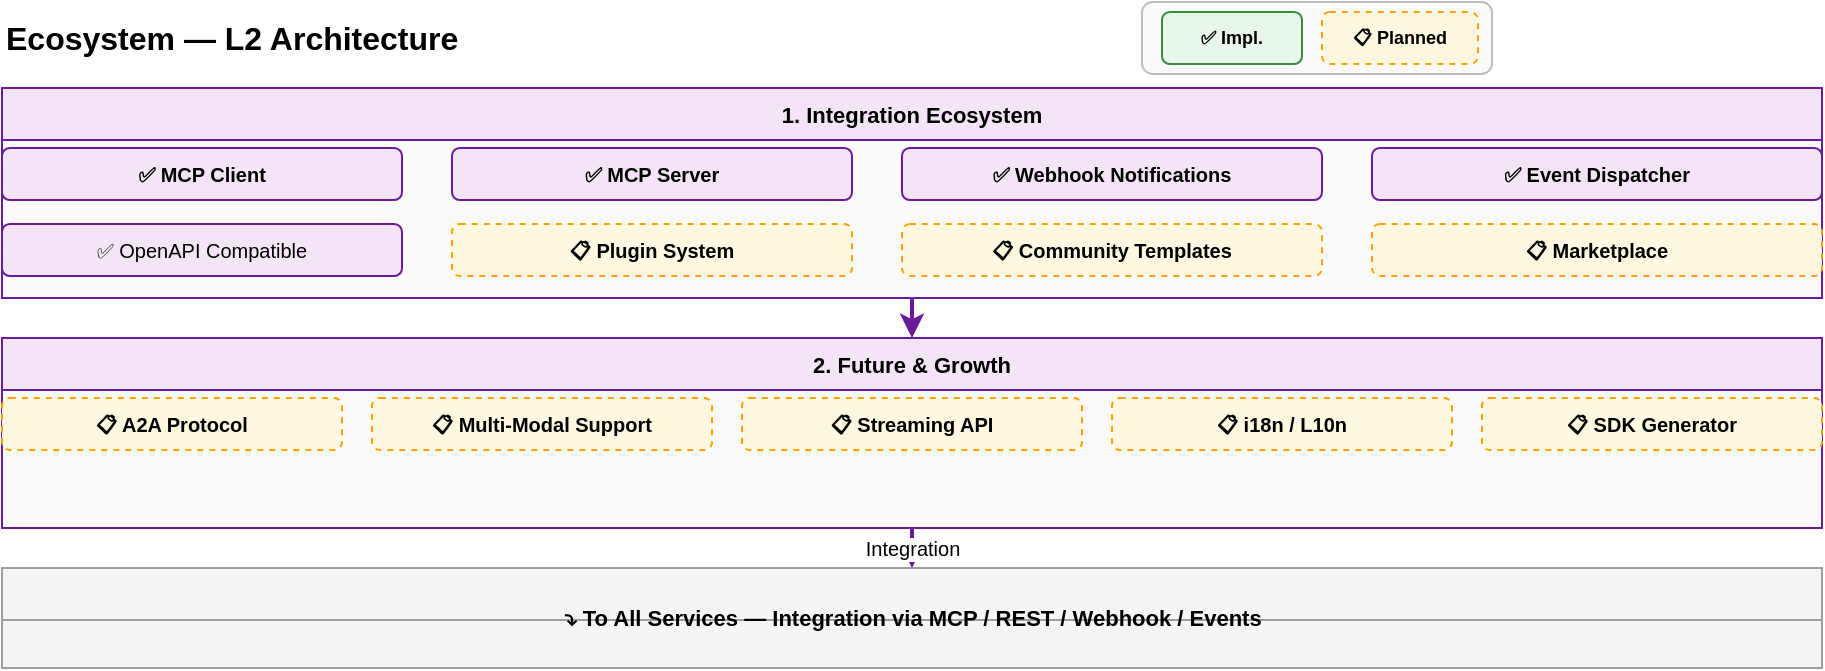
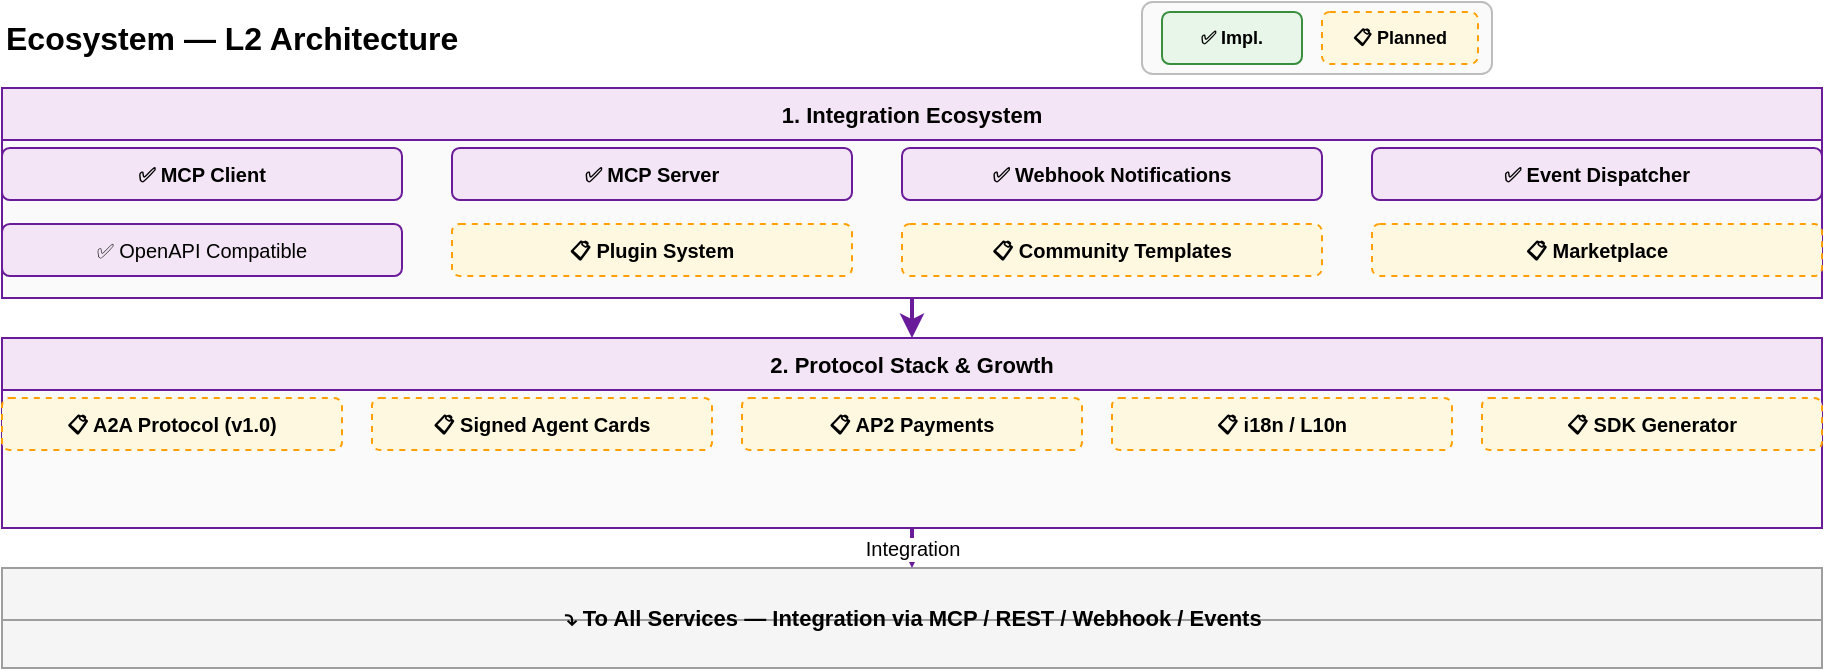
<?xml version="1.0" encoding="UTF-8"?>
<mxfile host="drawio" version="26.0.0">
  <diagram name="Ecosystem-L2" id="ecosystem-l2">
    <mxGraphModel dx="3000" dy="2200" grid="1" gridSize="10" guides="1" tooltips="1" connect="1" arrows="1" fold="1" page="1" pageScale="1" pageWidth="950" pageHeight="400" math="0" shadow="0">
      <root>
        <mxCell id="0" />
        <mxCell id="1" parent="0" />

        <!-- LEGEND -->
        <mxCell id="legend" value="" style="rounded=1;whiteSpace=wrap;html=1;fillColor=#FAFAFA;strokeColor=#BDBDBD;strokeWidth=1;" vertex="1" parent="1">
          <mxGeometry x="590" y="12" width="175" height="36" as="geometry" />
        </mxCell>
        <mxCell id="legend_done" value="✅ Impl." style="rounded=1;whiteSpace=wrap;html=1;fillColor=#E8F5E9;strokeColor=#388E3C;fontSize=9;fontStyle=1;" vertex="1" parent="1">
          <mxGeometry x="600" y="17" width="70" height="26" as="geometry" />
        </mxCell>
        <mxCell id="legend_plan" value="📋 Planned" style="rounded=1;whiteSpace=wrap;html=1;fillColor=#FFF8E1;strokeColor=#FFA000;fontSize=9;fontStyle=1;dashed=1;" vertex="1" parent="1">
          <mxGeometry x="680" y="17" width="78" height="26" as="geometry" />
        </mxCell>
        <!-- TITLE -->
        <mxCell id="title" value="&lt;b&gt;Ecosystem — L2 Architecture&lt;/b&gt;" style="text;html=1;fontSize=16;fontStyle=1;align=left;verticalAlign=middle;fillColor=none;strokeColor=none;" vertex="1" parent="1">
          <mxGeometry x="20" y="15" width="500" height="30" as="geometry" />
        </mxCell>

        <!-- ROW 1: INTEGRATION ECOSYSTEM -->
        <mxCell id="r1_c" value="1. Integration Ecosystem" style="swimlane;startSize=26;fillColor=#F3E5F5;strokeColor=#6A1B9A;fontSize=11;fontStyle=1;swimlaneFillColor=#FAFAFA;" vertex="1" parent="1">
          <mxGeometry x="20" y="55" width="910" height="105" as="geometry" />
        </mxCell>
        <!-- Sub-row 1a: 200+200+210+225 = 835 -->
        <mxCell id="r1_mcpclient" value="✅ MCP Client" style="rounded=1;whiteSpace=wrap;html=1;fillColor=#F3E5F5;strokeColor=#6A1B9A;fontSize=10;fontStyle=1;" vertex="1" parent="r1_c">
          <mxGeometry x="0" y="30" width="200" height="26" as="geometry" />
        </mxCell>
        <mxCell id="r1_mcpserver" value="✅ MCP Server" style="rounded=1;whiteSpace=wrap;html=1;fillColor=#F3E5F5;strokeColor=#6A1B9A;fontSize=10;fontStyle=1;" vertex="1" parent="r1_c">
          <mxGeometry x="225" y="30" width="200" height="26" as="geometry" />
        </mxCell>
        <mxCell id="r1_webhook" value="✅ Webhook Notifications" style="rounded=1;whiteSpace=wrap;html=1;fillColor=#F3E5F5;strokeColor=#6A1B9A;fontSize=10;fontStyle=1;" vertex="1" parent="r1_c">
          <mxGeometry x="450" y="30" width="210" height="26" as="geometry" />
        </mxCell>
        <mxCell id="r1_event" value="✅ Event Dispatcher" style="rounded=1;whiteSpace=wrap;html=1;fillColor=#F3E5F5;strokeColor=#6A1B9A;fontSize=10;fontStyle=1;" vertex="1" parent="r1_c">
          <mxGeometry x="685" y="30" width="225" height="26" as="geometry" />
        </mxCell>
        <!-- Sub-row 1b -->
        <mxCell id="r1_openapi" value="✅ OpenAPI Compatible" style="rounded=1;whiteSpace=wrap;html=1;fillColor=#F3E5F5;strokeColor=#6A1B9A;fontSize=10;" vertex="1" parent="r1_c">
          <mxGeometry x="0" y="68" width="200" height="26" as="geometry" />
        </mxCell>
        <mxCell id="r1_plugin" value="📋 Plugin System" style="rounded=1;whiteSpace=wrap;html=1;fillColor=#FFF8E1;strokeColor=#FFA000;fontSize=10;fontStyle=1;dashed=1;" vertex="1" parent="r1_c">
          <mxGeometry x="225" y="68" width="200" height="26" as="geometry" />
        </mxCell>
        <mxCell id="r1_templates" value="📋 Community Templates" style="rounded=1;whiteSpace=wrap;html=1;fillColor=#FFF8E1;strokeColor=#FFA000;fontSize=10;fontStyle=1;dashed=1;" vertex="1" parent="r1_c">
          <mxGeometry x="450" y="68" width="210" height="26" as="geometry" />
        </mxCell>
        <mxCell id="r1_marketplace" value="📋 Marketplace" style="rounded=1;whiteSpace=wrap;html=1;fillColor=#FFF8E1;strokeColor=#FFA000;fontSize=10;fontStyle=1;dashed=1;" vertex="1" parent="r1_c">
          <mxGeometry x="685" y="68" width="225" height="26" as="geometry" />
        </mxCell>

-         <!-- ROW 2: FUTURE & GROWTH -->
-         <mxCell id="r2_c" value="2. Future &amp; Growth" style="swimlane;startSize=26;fillColor=#F3E5F5;strokeColor=#6A1B9A;fontSize=11;fontStyle=1;swimlaneFillColor=#FAFAFA;" vertex="1" parent="1">
+         <!-- ROW 2: PROTOCOL STACK & GROWTH -->
+         <mxCell id="r2_c" value="2. Protocol Stack &amp; Growth" style="swimlane;startSize=26;fillColor=#F3E5F5;strokeColor=#6A1B9A;fontSize=11;fontStyle=1;swimlaneFillColor=#FAFAFA;" vertex="1" parent="1">
          <mxGeometry x="20" y="180" width="910" height="95" as="geometry" />
        </mxCell>
        <!-- 5 × 170 = 850 -->
-         <mxCell id="r2_a2a" value="📋 A2A Protocol" style="rounded=1;whiteSpace=wrap;html=1;fillColor=#FFF8E1;strokeColor=#FFA000;fontSize=10;fontStyle=1;dashed=1;" vertex="1" parent="r2_c">
+         <mxCell id="r2_a2a" value="📋 A2A Protocol (v1.0)" style="rounded=1;whiteSpace=wrap;html=1;fillColor=#FFF8E1;strokeColor=#FFA000;fontSize=10;fontStyle=1;dashed=1;" vertex="1" parent="r2_c">
          <mxGeometry x="0" y="30" width="170" height="26" as="geometry" />
        </mxCell>
-         <mxCell id="r2_multimodal" value="📋 Multi-Modal Support" style="rounded=1;whiteSpace=wrap;html=1;fillColor=#FFF8E1;strokeColor=#FFA000;fontSize=10;fontStyle=1;dashed=1;" vertex="1" parent="r2_c">
+         <mxCell id="r2_cards" value="📋 Signed Agent Cards" style="rounded=1;whiteSpace=wrap;html=1;fillColor=#FFF8E1;strokeColor=#FFA000;fontSize=10;fontStyle=1;dashed=1;" vertex="1" parent="r2_c">
          <mxGeometry x="185" y="30" width="170" height="26" as="geometry" />
        </mxCell>
-         <mxCell id="r2_streaming" value="📋 Streaming API" style="rounded=1;whiteSpace=wrap;html=1;fillColor=#FFF8E1;strokeColor=#FFA000;fontSize=10;fontStyle=1;dashed=1;" vertex="1" parent="r2_c">
+         <mxCell id="r2_ap2" value="📋 AP2 Payments" style="rounded=1;whiteSpace=wrap;html=1;fillColor=#FFF8E1;strokeColor=#FFA000;fontSize=10;fontStyle=1;dashed=1;" vertex="1" parent="r2_c">
          <mxGeometry x="370" y="30" width="170" height="26" as="geometry" />
        </mxCell>
        <mxCell id="r2_i18n" value="📋 i18n / L10n" style="rounded=1;whiteSpace=wrap;html=1;fillColor=#FFF8E1;strokeColor=#FFA000;fontSize=10;fontStyle=1;dashed=1;" vertex="1" parent="r2_c">
          <mxGeometry x="555" y="30" width="170" height="26" as="geometry" />
        </mxCell>
        <mxCell id="r2_sdk" value="📋 SDK Generator" style="rounded=1;whiteSpace=wrap;html=1;fillColor=#FFF8E1;strokeColor=#FFA000;fontSize=10;fontStyle=1;dashed=1;" vertex="1" parent="r2_c">
          <mxGeometry x="740" y="30" width="170" height="26" as="geometry" />
        </mxCell>

        <!-- ROW 3: DOWNSTREAM -->
        <mxCell id="r3_c" value="" style="swimlane;startSize=26;fillColor=#F5F5F5;strokeColor=#9E9E9E;fontSize=11;fontStyle=1;swimlaneFillColor=#F5F5F5;" vertex="1" parent="1">
          <mxGeometry x="20" y="295" width="910" height="50" as="geometry" />
        </mxCell>
        <mxCell id="r3_down" value="⤵  To All Services — Integration via MCP / REST / Webhook / Events" style="text;html=1;fontSize=11;fontStyle=1;align=center;verticalAlign=middle;fillColor=none;strokeColor=none;" vertex="1" parent="r3_c">
          <mxGeometry x="155" y="5" width="600" height="40" as="geometry" />
        </mxCell>

        <!-- EDGES -->
        <mxCell id="e1" value="" style="edgeStyle=orthogonalEdgeStyle;rounded=1;orthogonalLoop=1;jettySize=auto;html=1;strokeColor=#6A1B9A;strokeWidth=2;exitX=0.5;exitY=1;exitDx=0;exitDy=0;entryX=0.5;entryY=0;entryDx=0;entryDy=0;" edge="1" parent="1" source="r1_c" target="r2_c">
          <mxGeometry relative="1" as="geometry" />
        </mxCell>
        <mxCell id="e2" value="Integration" style="edgeStyle=orthogonalEdgeStyle;rounded=1;orthogonalLoop=1;jettySize=auto;html=1;strokeColor=#6A1B9A;strokeWidth=2;fontSize=10;exitX=0.5;exitY=1;exitDx=0;exitDy=0;entryX=0.5;entryY=0;entryDx=0;entryDy=0;" edge="1" parent="1" source="r2_c" target="r3_c">
          <mxGeometry relative="1" as="geometry" />
        </mxCell>
      </root>
    </mxGraphModel>
  </diagram>
</mxfile>
